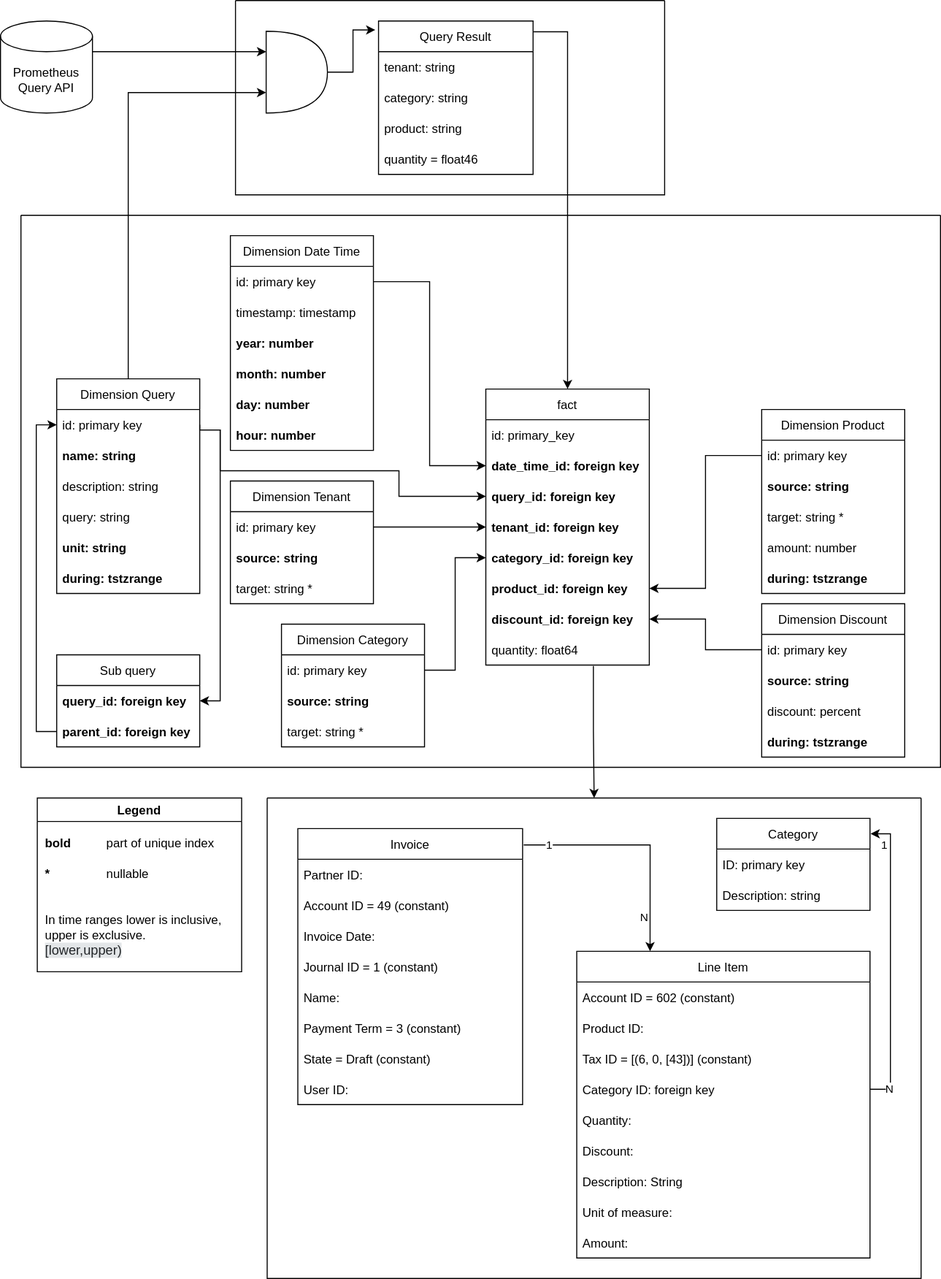
This is docs/modules/ROOT/assets/images/system/data-model-billing.drawio.svg from appuio/appuio-io-docs, a draw.io export, as it was before one commit. Source tidied: cells renumbered, new cells last; positions are measured from the earlier drawing's top-left corner, leaving out a move shared by most shapes.
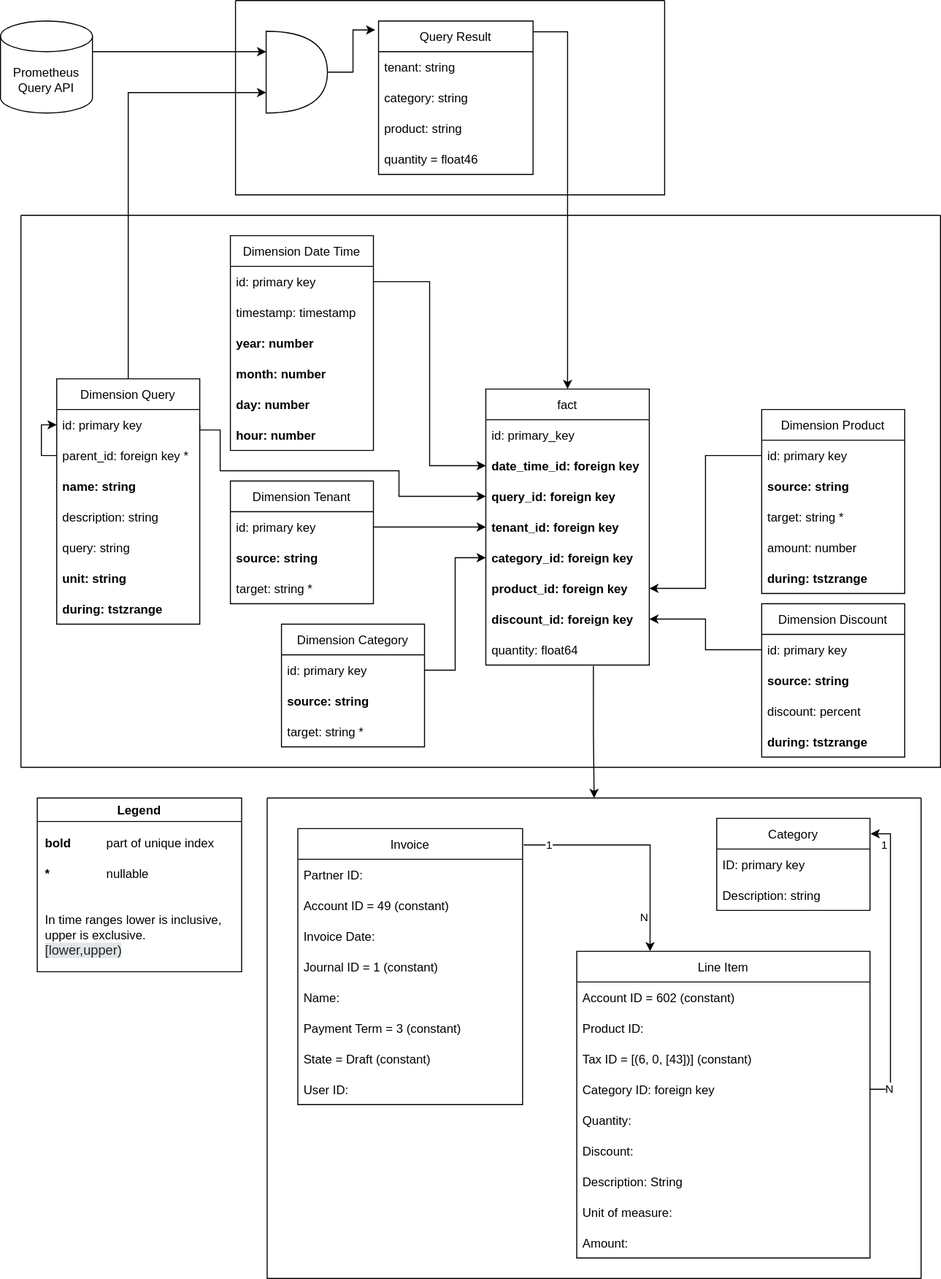
Above is the later version.

Commit message:
Remove many-to-many relation for sub queries

We realized that reusing sub queries is not doable without a significant
increase in complexity (i.e. making queries templatable).

We decided to switch to a simpler N:1 relation. This means we do not
need a separate `subqueries` table

What changed in the source:
```diff
@@ -253,25 +253,36 @@
       <mxGeometry relative="1" as="geometry" />
     </mxCell>
     <mxCell id="84" value="Dimension Query" style="swimlane;fontStyle=0;horizontal=1;startSize=30;" parent="43" vertex="1">
-      <mxGeometry x="35" y="160" width="140" height="210" as="geometry" />
+      <mxGeometry x="35" y="160" width="140" height="240" as="geometry" />
     </mxCell>
     <mxCell id="85" value="id: primary key" style="text;strokeColor=none;fillColor=none;align=left;verticalAlign=middle;spacingLeft=4;spacingRight=4;overflow=hidden;points=[[0,0.5],[1,0.5]];portConstraint=eastwest;" parent="84" vertex="1">
       <mxGeometry y="30" width="140" height="30" as="geometry" />
     </mxCell>
+    <mxCell id="104" style="edgeStyle=orthogonalEdgeStyle;rounded=0;jettySize=auto;html=1;exitX=0;exitY=0.5;exitDx=0;exitDy=0;entryX=0;entryY=0.5;entryDx=0;entryDy=0;" parent="84" edge="1" source="105" target="85">
+      <mxGeometry relative="1" as="geometry">
+        <Array as="points">
+          <mxPoint x="-15" y="75" />
+          <mxPoint x="-15" y="45" />
+        </Array>
+      </mxGeometry>
+    </mxCell>
+    <mxCell id="105" value="parent_id: foreign key *" style="text;strokeColor=none;fillColor=none;align=left;verticalAlign=middle;spacingLeft=4;spacingRight=4;overflow=hidden;points=[[0,0.5],[1,0.5]];portConstraint=eastwest;" parent="84" vertex="1">
+      <mxGeometry y="60" width="140" height="30" as="geometry" />
+    </mxCell>
     <mxCell id="86" value="name: string" style="text;strokeColor=none;fillColor=none;align=left;verticalAlign=middle;spacingLeft=4;spacingRight=4;overflow=hidden;fontStyle=1;" parent="84" vertex="1">
-      <mxGeometry y="60" width="140" height="30" as="geometry" />
+      <mxGeometry y="90" width="140" height="30" as="geometry" />
     </mxCell>
     <mxCell id="87" value="description: string" style="text;strokeColor=none;fillColor=none;align=left;verticalAlign=middle;spacingLeft=4;spacingRight=4;overflow=hidden;" parent="84" vertex="1">
-      <mxGeometry y="90" width="140" height="30" as="geometry" />
+      <mxGeometry y="120" width="140" height="30" as="geometry" />
     </mxCell>
     <mxCell id="88" value="query: string" style="text;strokeColor=none;fillColor=none;align=left;verticalAlign=middle;spacingLeft=4;spacingRight=4;overflow=hidden;" parent="84" vertex="1">
-      <mxGeometry y="120" width="140" height="30" as="geometry" />
+      <mxGeometry y="150" width="140" height="30" as="geometry" />
     </mxCell>
     <mxCell id="89" value="unit: string" style="text;strokeColor=none;fillColor=none;align=left;verticalAlign=middle;spacingLeft=4;spacingRight=4;overflow=hidden;fontStyle=1;" parent="84" vertex="1">
-      <mxGeometry y="150" width="140" height="30" as="geometry" />
+      <mxGeometry y="180" width="140" height="30" as="geometry" />
     </mxCell>
     <mxCell id="90" value="during: tstzrange" style="text;strokeColor=none;fillColor=none;align=left;verticalAlign=middle;spacingLeft=4;spacingRight=4;overflow=hidden;fontStyle=1;horizontal=1;fontColor=#000000;" parent="84" vertex="1">
-      <mxGeometry y="180" width="140" height="30" as="geometry" />
+      <mxGeometry y="210" width="140" height="30" as="geometry" />
     </mxCell>
     <mxCell id="91" style="edgeStyle=orthogonalEdgeStyle;rounded=0;jettySize=auto;html=1;exitX=1;exitY=0.5;exitDx=0;exitDy=0;entryX=0;entryY=0.5;entryDx=0;entryDy=0;" parent="43" edge="1" source="85" target="47">
       <mxGeometry relative="1" as="geometry">
@@ -284,27 +295,6 @@
         </Array>
       </mxGeometry>
     </mxCell>
-    <mxCell id="92" value="Sub query" style="swimlane;fontStyle=0;horizontal=1;startSize=30;" parent="43" vertex="1">
-      <mxGeometry x="35" y="430" width="140" height="90" as="geometry" />
-    </mxCell>
-    <mxCell id="93" value="query_id: foreign key" style="text;strokeColor=none;fillColor=none;align=left;verticalAlign=middle;spacingLeft=4;spacingRight=4;overflow=hidden;points=[[0,0.5],[1,0.5]];portConstraint=eastwest;fontStyle=1;" parent="92" vertex="1">
-      <mxGeometry y="30" width="140" height="30" as="geometry" />
-    </mxCell>
-    <mxCell id="94" value="parent_id: foreign key" style="text;strokeColor=none;fillColor=none;align=left;verticalAlign=middle;spacingLeft=4;spacingRight=4;overflow=hidden;points=[[0,0.5],[1,0.5]];portConstraint=eastwest;fontStyle=1;" parent="92" vertex="1">
-      <mxGeometry y="60" width="140" height="30" as="geometry" />
-    </mxCell>
-    <mxCell id="95" style="edgeStyle=orthogonalEdgeStyle;rounded=0;jettySize=auto;html=1;entryX=0;entryY=0.5;entryDx=0;entryDy=0;" parent="43" edge="1" source="94" target="85">
-      <mxGeometry relative="1" as="geometry" />
-    </mxCell>
-    <mxCell id="96" style="edgeStyle=orthogonalEdgeStyle;rounded=0;jettySize=auto;html=1;entryX=1;entryY=0.5;entryDx=0;entryDy=0;" parent="43" edge="1" target="93">
-      <mxGeometry relative="1" as="geometry">
-        <mxPoint x="175" y="210" as="sourcePoint" />
-        <Array as="points">
-          <mxPoint x="195" y="210" />
-          <mxPoint x="195" y="475" />
-        </Array>
-      </mxGeometry>
-    </mxCell>
     <mxCell id="97" style="edgeStyle=orthogonalEdgeStyle;rounded=0;jettySize=auto;html=1;exitX=1.003;exitY=0.07;exitDx=0;exitDy=0;entryX=0.5;entryY=0;entryDx=0;entryDy=0;exitPerimeter=0;" parent="1" edge="1" source="37" target="44">
       <mxGeometry relative="1" as="geometry" />
     </mxCell>
```
